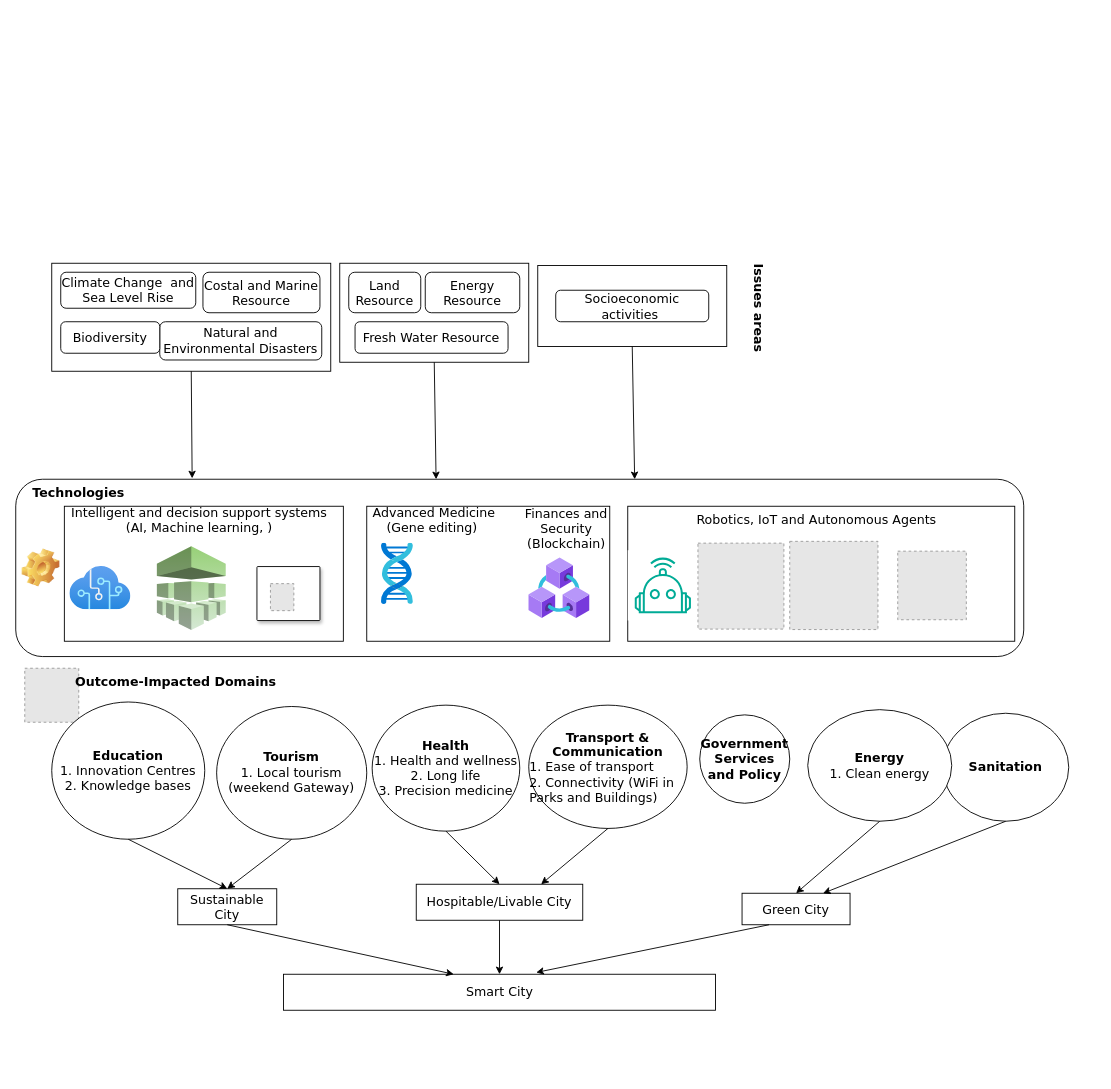
Above: page "BarbudaSmart" (2 of 2) of SystemReasoningOverview.drawio in Kibolabs/Diagrams (draw.io), before the change. Source tidied: cells renumbered, new cells numbered last; positions are measured from the earlier drawing's top-left corner, leaving out a move shared by most shapes. Both pictures are drawn from the tidied source at 90%, with x=0, y=0 at pixel (15, 263). Pictures stored in the file or linked from it are replaced by grey dashed boxes.
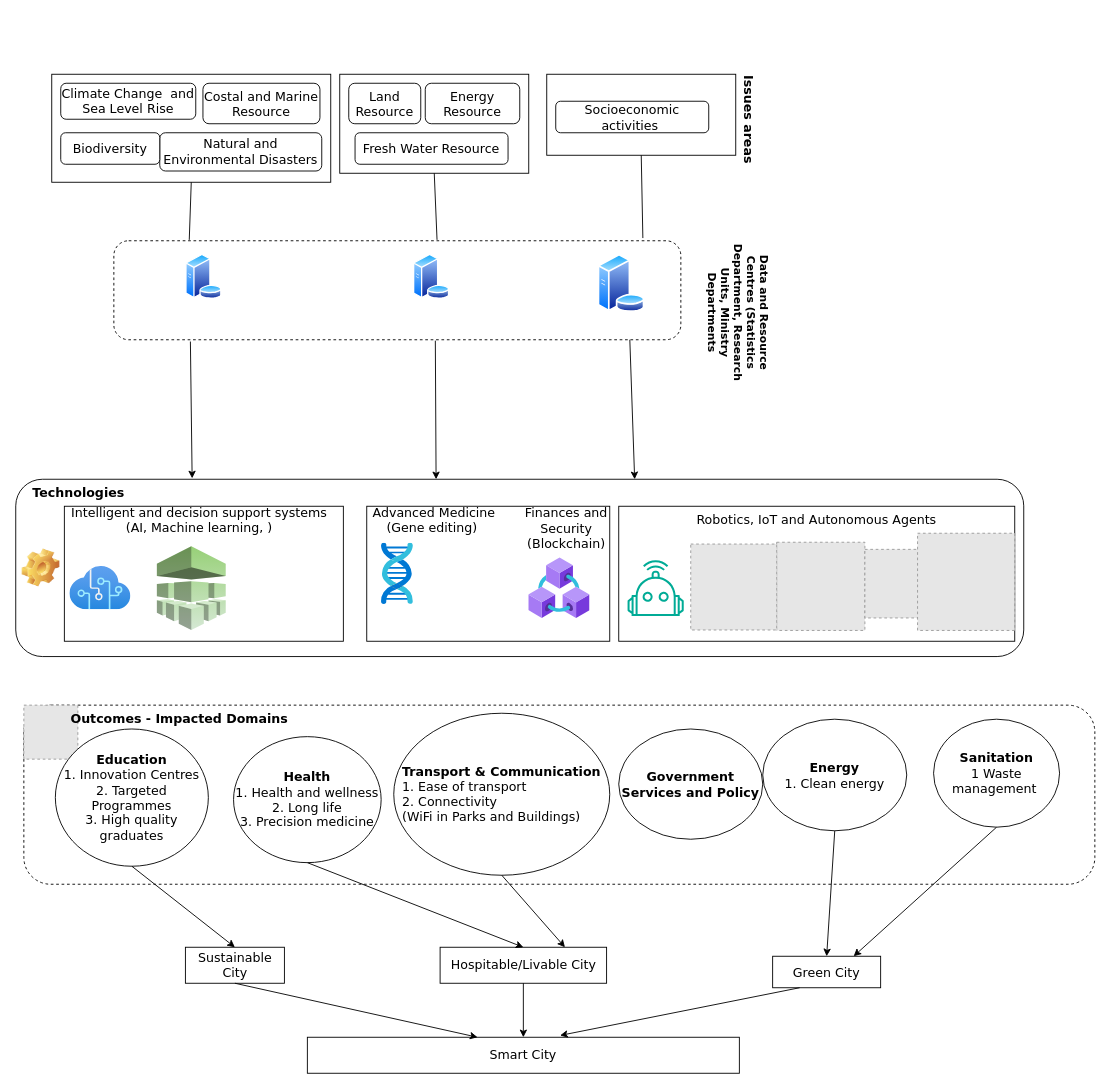
Above is the later version.

The edit, as a diff of the source:
```diff
@@
+    <mxCell id="58" style="rounded=1;whiteSpace=wrap;html=1;dashed=1;fontFamily=Verdana;fillColor=none;" parent="1" vertex="1">
+      <mxGeometry x="9" y="491" width="1190" height="199" as="geometry" />
+    </mxCell>
+    <mxCell id="59" style="rounded=1;whiteSpace=wrap;html=1;fillColor=none;dashed=1;" parent="1" vertex="1">
+      <mxGeometry x="109" y="-25" width="630" height="110" as="geometry" />
+    </mxCell>
-    <mxCell id="2" style="label;whiteSpace=wrap;html=1;image=img/clipart/Gear_128x128.png;fontFamily=Verdana;fontSize=14;" parent="1" vertex="1">
+    <mxCell id="2" style="label;whiteSpace=wrap;html=1;image=img/clipart/Gear_128x128.png;fontFamily=Verdana;fontSize=14;fillColor=none;" parent="1" vertex="1">
       <mxGeometry y="240" width="1120" height="197" as="geometry" />
     </mxCell>
@@
     <mxCell id="5" style="rounded=0;whiteSpace=wrap;html=1;fontFamily=Verdana;fontSize=14;" parent="1" vertex="1">
-      <mxGeometry x="680" y="270" width="430" height="150" as="geometry" />
+      <mxGeometry x="670" y="270" width="440" height="150" as="geometry" />
     </mxCell>
     <mxCell id="6" style="rounded=0;whiteSpace=wrap;html=1;fontFamily=Verdana;fontSize=14;" parent="1" vertex="1">
-      <mxGeometry x="40" width="310" height="120" as="geometry" />
+      <mxGeometry x="40" y="-210" width="310" height="120" as="geometry" />
     </mxCell>
     <mxCell id="7" style="rounded=0;whiteSpace=wrap;html=1;fontFamily=Verdana;fontSize=14;" parent="1" vertex="1">
-      <mxGeometry x="360" width="210" height="110" as="geometry" />
+      <mxGeometry x="360" y="-210" width="210" height="110" as="geometry" />
     </mxCell>
     <mxCell id="8" style="rounded=0;whiteSpace=wrap;html=1;fontFamily=Verdana;fontSize=14;" parent="1" vertex="1">
-      <mxGeometry x="580" y="2.5" width="210" height="90" as="geometry" />
+      <mxGeometry x="590" y="-210" width="210" height="90" as="geometry" />
     </mxCell>
     <mxCell id="9" value="Climate Change &amp;nbsp;and Sea Level Rise" style="rounded=1;whiteSpace=wrap;html=1;fontFamily=Verdana;fontSize=14;" parent="1" vertex="1">
-      <mxGeometry x="50" y="10" width="150" height="40" as="geometry" />
+      <mxGeometry x="50" y="-200" width="150" height="40" as="geometry" />
     </mxCell>
     <mxCell id="10" value="Natural and Environmental Disasters" style="rounded=1;whiteSpace=wrap;html=1;fontFamily=Verdana;fontSize=14;" parent="1" vertex="1">
-      <mxGeometry x="160" y="65" width="180" height="42.5" as="geometry" />
+      <mxGeometry x="160" y="-145" width="180" height="42.5" as="geometry" />
     </mxCell>
     <mxCell id="11" value="Issues areas" style="text;html=1;align=center;verticalAlign=middle;whiteSpace=wrap;rounded=0;fontFamily=Verdana;fontSize=14;rotation=90;fontStyle=1;" parent="1" vertex="1">
-      <mxGeometry x="710" y="35" width="231" height="30" as="geometry" />
+      <mxGeometry x="699.5" y="-175" width="231" height="30" as="geometry" />
     </mxCell>
@@
     <mxCell id="13" value="Green City" style="rounded=0;whiteSpace=wrap;html=1;fontFamily=Verdana;fontSize=14;" parent="1" vertex="1">
-      <mxGeometry x="807" y="700" width="120" height="35" as="geometry" />
+      <mxGeometry x="841" y="770" width="120" height="35" as="geometry" />
     </mxCell>
     <mxCell id="14" value="Sustainable City" style="rounded=0;whiteSpace=wrap;html=1;fontFamily=Verdana;fontSize=14;" parent="1" vertex="1">
-      <mxGeometry x="180" y="695" width="110" height="40" as="geometry" />
+      <mxGeometry x="188.5" y="760" width="110" height="40" as="geometry" />
     </mxCell>
     <mxCell id="15" value="Hospitable/Livable City" style="rounded=0;whiteSpace=wrap;html=1;fontFamily=Verdana;fontSize=14;" parent="1" vertex="1">
-      <mxGeometry x="445" y="690" width="185" height="40" as="geometry" />
+      <mxGeometry x="471.5" y="760" width="185" height="40" as="geometry" />
     </mxCell>
     <mxCell id="16" value="Smart City" style="rounded=0;whiteSpace=wrap;html=1;fontFamily=Verdana;fontSize=14;" parent="1" vertex="1">
-      <mxGeometry x="297.5" y="790" width="480" height="40" as="geometry" />
+      <mxGeometry x="324" y="860" width="480" height="40" as="geometry" />
     </mxCell>
     <mxCell id="17" value="Costal and Marine Resource" style="rounded=1;whiteSpace=wrap;html=1;fontFamily=Verdana;fontSize=14;" parent="1" vertex="1">
-      <mxGeometry x="208" y="10" width="130" height="45" as="geometry" />
+      <mxGeometry x="208" y="-200" width="130" height="45" as="geometry" />
     </mxCell>
     <mxCell id="18" value="Land Resource" style="rounded=1;whiteSpace=wrap;html=1;fontFamily=Verdana;fontSize=14;" parent="1" vertex="1">
-      <mxGeometry x="370" y="10" width="80" height="45" as="geometry" />
+      <mxGeometry x="370" y="-200" width="80" height="45" as="geometry" />
     </mxCell>
     <mxCell id="19" value="Energy Resource" style="rounded=1;whiteSpace=wrap;html=1;fontFamily=Verdana;fontSize=14;" parent="1" vertex="1">
-      <mxGeometry x="455" y="10" width="105" height="45" as="geometry" />
+      <mxGeometry x="455" y="-200" width="105" height="45" as="geometry" />
     </mxCell>
     <mxCell id="20" value="Biodiversity" style="rounded=1;whiteSpace=wrap;html=1;fontFamily=Verdana;fontSize=14;" parent="1" vertex="1">
-      <mxGeometry x="50" y="65" width="110" height="35" as="geometry" />
+      <mxGeometry x="50" y="-145" width="110" height="35" as="geometry" />
     </mxCell>
     <mxCell id="21" value="Socioeconomic activities&amp;nbsp;" style="rounded=1;whiteSpace=wrap;html=1;fontFamily=Verdana;fontSize=14;" parent="1" vertex="1">
-      <mxGeometry x="600" y="30" width="170" height="35" as="geometry" />
+      <mxGeometry x="600" y="-180" width="170" height="35" as="geometry" />
     </mxCell>
     <mxCell id="22" value="Fresh Water Resource" style="rounded=1;whiteSpace=wrap;html=1;fontFamily=Verdana;fontSize=14;" parent="1" vertex="1">
-      <mxGeometry x="377" y="65" width="170" height="35" as="geometry" />
+      <mxGeometry x="377" y="-145" width="170" height="35" as="geometry" />
     </mxCell>
@@
-    <mxCell id="26" style="shadow=1;strokeWidth=1;rounded=1;absoluteArcSize=1;arcSize=2;fontFamily=Verdana;fontSize=14;" parent="1" vertex="1">
-      <mxGeometry x="268" y="337" width="70" height="60" as="geometry" />
-    </mxCell>
-    <mxCell id="27" style="fillColor=#E6E6E6;strokeColor=#999999;dashed=1;verticalLabelPosition=middle;labelBackgroundColor=#ffffff;verticalAlign=middle;labelPosition=right;align=left;spacingLeft=20;fontFamily=Verdana;fontSize=14;" parent="26" vertex="1">
-      <mxGeometry width="26" height="30" relative="1" as="geometry">
-        <mxPoint x="15" y="19" as="offset" />
-      </mxGeometry>
-    </mxCell>
@@
     <mxCell id="29" style="fillColor=#E6E6E6;strokeColor=#999999;dashed=1;verticalLabelPosition=bottom;labelBackgroundColor=#ffffff;verticalAlign=top;fontFamily=Verdana;fontSize=14;" parent="1" vertex="1">
-      <mxGeometry x="10" y="450" width="60" height="60" as="geometry" />
+      <mxGeometry x="9" y="491" width="60" height="60" as="geometry" />
     </mxCell>
     <mxCell id="30" style="sketch=0;gradientDirection=north;dashed=0;verticalLabelPosition=bottom;verticalAlign=top;align=center;html=1;fontSize=14;fontStyle=0;shape=mxgraph.aws4.resourceIcon;resIcon=mxgraph.aws4.robotics;fontFamily=Verdana;strokeColor=#00AB96;" parent="1" vertex="1">
-      <mxGeometry x="680" y="319" width="78" height="78" as="geometry" />
+      <mxGeometry x="672" y="322" width="78" height="78" as="geometry" />
     </mxCell>
     <mxCell id="31" style="fillColor=#E6E6E6;strokeColor=#999999;dashed=1;html=1;verticalAlign=top;verticalLabelPosition=bottom;labelBackgroundColor=#23A1A6;fontFamily=Verdana;fontSize=14;fontColor=#23A1A6;" parent="1" vertex="1">
-      <mxGeometry x="860" y="309" width="98" height="98" as="geometry" />
+      <mxGeometry x="845.5" y="310" width="98" height="98" as="geometry" />
     </mxCell>
     <mxCell id="32" style="fillColor=#E6E6E6;strokeColor=#999999;dashed=1;html=1;verticalAlign=top;verticalLabelPosition=bottom;labelBackgroundColor=#ffffff;fontFamily=Verdana;fontSize=14;" parent="1" vertex="1">
-      <mxGeometry x="758" y="311" width="95.5" height="95.5" as="geometry" />
+      <mxGeometry x="750" y="312" width="95.5" height="95.5" as="geometry" />
     </mxCell>
     <mxCell id="33" style="fillColor=#E6E6E6;strokeColor=#999999;dashed=1;html=1;verticalAlign=top;verticalLabelPosition=bottom;labelBackgroundColor=#73B4FF;fontFamily=Verdana;fontSize=14;" parent="1" vertex="1">
-      <mxGeometry x="980" y="319.9" width="76.2" height="76.2" as="geometry" />
+      <mxGeometry x="943.5" y="317.9" width="76.2" height="76.2" as="geometry" />
     </mxCell>
@@
-    <mxCell id="38" value="&lt;b style=&quot;font-size: 14px;&quot;&gt;Tourism&lt;/b&gt;&lt;br style=&quot;font-size: 14px;&quot;&gt;1. Local tourism (weekend Gateway)&lt;br style=&quot;font-size: 14px;&quot;&gt;" style="ellipse;whiteSpace=wrap;html=1;fontFamily=Verdana;fontSize=14;" parent="1" vertex="1">
-      <mxGeometry x="223.2" y="492.5" width="166.8" height="147.5" as="geometry" />
-    </mxCell>
-    <mxCell id="39" value="&lt;b style=&quot;font-size: 14px;&quot;&gt;Transport &amp;amp; Communication&lt;/b&gt;&lt;br style=&quot;font-size: 14px;&quot;&gt;&lt;div style=&quot;text-align: left;&quot;&gt;1. Ease of transport&amp;nbsp;&lt;/div&gt;&lt;div style=&quot;&quot;&gt;&lt;div style=&quot;text-align: left;&quot;&gt;2. Connectivity (WiFi in Parks and Buildings)&lt;/div&gt;&lt;/div&gt;" style="ellipse;whiteSpace=wrap;html=1;fontFamily=Verdana;fontSize=14;" parent="1" vertex="1">
-      <mxGeometry x="570" y="491" width="176" height="137" as="geometry" />
+    <mxCell id="39" value="&lt;b style=&quot;font-size: 14px;&quot;&gt;Transport &amp;amp; Communication&lt;/b&gt;&lt;br style=&quot;font-size: 14px;&quot;&gt;&lt;div style=&quot;text-align: left;&quot;&gt;1. Ease of transport&amp;nbsp;&lt;/div&gt;&lt;div style=&quot;&quot;&gt;&lt;div style=&quot;text-align: left;&quot;&gt;2. Connectivity&amp;nbsp;&lt;/div&gt;&lt;div style=&quot;text-align: left;&quot;&gt;(WiFi in Parks and Buildings)&lt;/div&gt;&lt;/div&gt;" style="ellipse;whiteSpace=wrap;html=1;fontFamily=Verdana;fontSize=14;" parent="1" vertex="1">
+      <mxGeometry x="420" y="500" width="240" height="180" as="geometry" />
     </mxCell>
     <mxCell id="40" value="&lt;span style=&quot;font-size: 14px;&quot;&gt;&lt;b&gt;Health&lt;/b&gt;&lt;br&gt;1. &lt;/span&gt;&lt;span style=&quot;font-size: 14px;&quot;&gt;Health and wellness&lt;br&gt;2. Long life&lt;br&gt;3. Precision medicine&lt;br&gt;&lt;/span&gt;" style="ellipse;whiteSpace=wrap;html=1;fontFamily=Verdana;fontSize=14;sketch=0;" parent="1" vertex="1">
-      <mxGeometry x="396" y="491" width="164" height="140" as="geometry" />
+      <mxGeometry x="242" y="526" width="164" height="140" as="geometry" />
     </mxCell>
-    <mxCell id="41" value="&lt;b style=&quot;font-size: 14px;&quot;&gt;Sanitation&lt;/b&gt;" style="ellipse;whiteSpace=wrap;html=1;fontFamily=Verdana;fontSize=14;" parent="1" vertex="1">
-      <mxGeometry x="1030" y="500" width="140" height="120" as="geometry" />
+    <mxCell id="41" value="&lt;span style=&quot;font-size: 14px;&quot;&gt;&lt;b&gt;Sanitation&lt;/b&gt;&lt;br&gt;1 Waste management&amp;nbsp;&lt;br&gt;&lt;/span&gt;" style="ellipse;whiteSpace=wrap;html=1;fontFamily=Verdana;fontSize=14;" parent="1" vertex="1">
+      <mxGeometry x="1019.8" y="506.6" width="140" height="120" as="geometry" />
     </mxCell>
-    <mxCell id="42" value="&lt;b style=&quot;font-size: 14px;&quot;&gt;Education&lt;/b&gt;&lt;br style=&quot;font-size: 14px;&quot;&gt;1. Innovation Centres&lt;br style=&quot;font-size: 14px;&quot;&gt;2. Knowledge bases" style="ellipse;whiteSpace=wrap;html=1;fontFamily=Verdana;fontSize=14;" parent="1" vertex="1">
-      <mxGeometry x="40" y="487.5" width="170" height="152.5" as="geometry" />
+    <mxCell id="42" value="&lt;b style=&quot;font-size: 14px;&quot;&gt;Education&lt;/b&gt;&lt;br style=&quot;font-size: 14px;&quot;&gt;1. Innovation Centres&lt;br style=&quot;font-size: 14px;&quot;&gt;2. Targeted Programmes&lt;br&gt;3. High quality graduates" style="ellipse;whiteSpace=wrap;html=1;fontFamily=Verdana;fontSize=14;" parent="1" vertex="1">
+      <mxGeometry x="44" y="517.5" width="170" height="152.5" as="geometry" />
     </mxCell>
@@
-    <mxCell id="47" style="endArrow=classic;html=1;rounded=0;exitX=0.5;exitY=1;exitDx=0;exitDy=0;entryX=0.5;entryY=0;entryDx=0;entryDy=0;fontFamily=Verdana;fontSize=14;" parent="1" edge="1" source="38" target="14">
-      <mxGeometry relative="1" as="geometry" />
-    </mxCell>
@@
-    <mxCell id="51" style="endArrow=classic;html=1;rounded=0;fontFamily=Verdana;fontSize=14;exitX=0.5;exitY=1;exitDx=0;exitDy=0;entryX=0.614;entryY=0;entryDx=0;entryDy=0;entryPerimeter=0;" parent="1" edge="1" source="8" target="2">
+    <mxCell id="51" style="endArrow=classic;html=1;rounded=0;fontFamily=Verdana;fontSize=14;exitX=0.91;exitY=1;exitDx=0;exitDy=0;entryX=0.614;entryY=0;entryDx=0;entryDy=0;entryPerimeter=0;startArrow=none;exitPerimeter=0;" parent="1" edge="1" source="59" target="2">
       <mxGeometry relative="1" as="geometry" />
     </mxCell>
-    <mxCell id="52" style="endArrow=classic;html=1;rounded=0;fontFamily=Verdana;fontSize=14;exitX=0.5;exitY=1;exitDx=0;exitDy=0;entryX=0.417;entryY=0;entryDx=0;entryDy=0;entryPerimeter=0;" parent="1" edge="1" source="7" target="2">
+    <mxCell id="52" style="endArrow=classic;html=1;rounded=0;fontFamily=Verdana;fontSize=14;exitX=0.567;exitY=1.009;exitDx=0;exitDy=0;entryX=0.417;entryY=0;entryDx=0;entryDy=0;entryPerimeter=0;startArrow=none;exitPerimeter=0;" parent="1" edge="1" source="59" target="2">
       <mxGeometry relative="1" as="geometry" />
     </mxCell>
-    <mxCell id="53" style="endArrow=classic;html=1;rounded=0;fontFamily=Verdana;fontSize=14;exitX=0.5;exitY=1;exitDx=0;exitDy=0;entryX=0.175;entryY=-0.005;entryDx=0;entryDy=0;entryPerimeter=0;" parent="1" edge="1" source="6" target="2">
+    <mxCell id="53" style="endArrow=classic;html=1;rounded=0;fontFamily=Verdana;fontSize=14;exitX=0.135;exitY=1.018;exitDx=0;exitDy=0;entryX=0.175;entryY=-0.005;entryDx=0;entryDy=0;entryPerimeter=0;startArrow=none;exitPerimeter=0;" parent="1" edge="1" source="59" target="2">
       <mxGeometry relative="1" as="geometry" />
     </mxCell>
     <mxCell id="54" value="&lt;span style=&quot;font-size: 14px;&quot;&gt;&lt;b&gt;Energy&lt;/b&gt;&lt;br&gt;&lt;div style=&quot;text-align: justify;&quot;&gt;1. Clean energy&lt;/div&gt;&lt;/span&gt;" style="ellipse;whiteSpace=wrap;html=1;fontFamily=Verdana;fontSize=14;" parent="1" vertex="1">
-      <mxGeometry x="880" y="496" width="160" height="124" as="geometry" />
+      <mxGeometry x="830" y="506.6" width="160" height="124" as="geometry" />
     </mxCell>
@@
-    <mxCell id="56" value="Outcome-Impacted Domains" style="text;html=1;align=center;verticalAlign=middle;whiteSpace=wrap;rounded=0;labelBackgroundColor=none;sketch=0;fontFamily=Verdana;fontSize=14;fillColor=none;fontColor=#000000;fontStyle=1;" parent="1" vertex="1">
-      <mxGeometry x="40" y="450" width="276" height="30" as="geometry" />
+    <mxCell id="56" value="Outcomes - Impacted Domains" style="text;html=1;align=center;verticalAlign=middle;whiteSpace=wrap;rounded=0;labelBackgroundColor=none;sketch=0;fontFamily=Verdana;fontSize=14;fillColor=none;fontColor=#000000;fontStyle=1;" parent="1" vertex="1">
+      <mxGeometry x="44" y="491" width="276" height="30" as="geometry" />
     </mxCell>
     <mxCell id="57" value="&lt;b&gt;Government Services and&amp;nbsp;Policy&lt;/b&gt;" style="ellipse;whiteSpace=wrap;html=1;fontFamily=Verdana;fontSize=14;" parent="1" vertex="1">
-      <mxGeometry x="760" y="501.8" width="100" height="98.2" as="geometry" />
+      <mxGeometry x="670" y="517.5" width="160" height="122.5" as="geometry" />
     </mxCell>
+    <mxCell id="60" style="fillColor=#E6E6E6;strokeColor=#999999;dashed=1;html=1;verticalAlign=top;verticalLabelPosition=bottom;labelBackgroundColor=#ffffff;" parent="1" vertex="1">
+      <mxGeometry x="1002" y="300" width="108" height="108" as="geometry" />
+    </mxCell>
+    <mxCell id="61" style="perimeter=ellipsePerimeter;html=1;align=center;shadow=0;dashed=0;spacingTop=3;image;image=img/lib/active_directory/database_server.svg;" parent="1" vertex="1">
+      <mxGeometry x="188.5" y="-10" width="41" height="50" as="geometry" />
+    </mxCell>
+    <mxCell id="62" style="endArrow=none;html=1;rounded=0;fontFamily=Verdana;fontSize=14;exitX=0.5;exitY=1;exitDx=0;exitDy=0;entryX=0.133;entryY=-0.009;entryDx=0;entryDy=0;entryPerimeter=0;" parent="1" edge="1" source="6" target="59">
+      <mxGeometry relative="1" as="geometry" />
+    </mxCell>
+    <mxCell id="63" style="perimeter=ellipsePerimeter;html=1;align=center;shadow=0;dashed=0;spacingTop=3;image;image=img/lib/active_directory/database_server.svg;" parent="1" vertex="1">
+      <mxGeometry x="441.5" y="-10" width="41" height="50" as="geometry" />
+    </mxCell>
+    <mxCell id="64" style="endArrow=none;html=1;rounded=0;fontFamily=Verdana;fontSize=14;exitX=0.5;exitY=1;exitDx=0;exitDy=0;entryX=0.57;entryY=-0.009;entryDx=0;entryDy=0;entryPerimeter=0;" parent="1" edge="1" source="7" target="59">
+      <mxGeometry relative="1" as="geometry" />
+    </mxCell>
+    <mxCell id="65" style="perimeter=ellipsePerimeter;html=1;align=center;shadow=0;dashed=0;spacingTop=3;image;image=img/lib/active_directory/database_server.svg;" parent="1" vertex="1">
+      <mxGeometry x="646.5" y="-10" width="53" height="64.6" as="geometry" />
+    </mxCell>
+    <mxCell id="66" style="endArrow=none;html=1;rounded=0;fontFamily=Verdana;fontSize=14;exitX=0.5;exitY=1;exitDx=0;exitDy=0;entryX=0.933;entryY=-0.027;entryDx=0;entryDy=0;entryPerimeter=0;" parent="1" edge="1" source="8" target="59">
+      <mxGeometry relative="1" as="geometry" />
+    </mxCell>
+    <mxCell id="67" value="Data and Resource Centres (Statistics Department, Research Units, Ministry Departments" style="text;html=1;strokeColor=none;fillColor=none;align=center;verticalAlign=middle;whiteSpace=wrap;rounded=0;dashed=1;rotation=90;fontFamily=Verdana;fontStyle=1;" parent="1" vertex="1">
+      <mxGeometry x="713" y="25" width="180" height="60" as="geometry" />
+    </mxCell>
```
